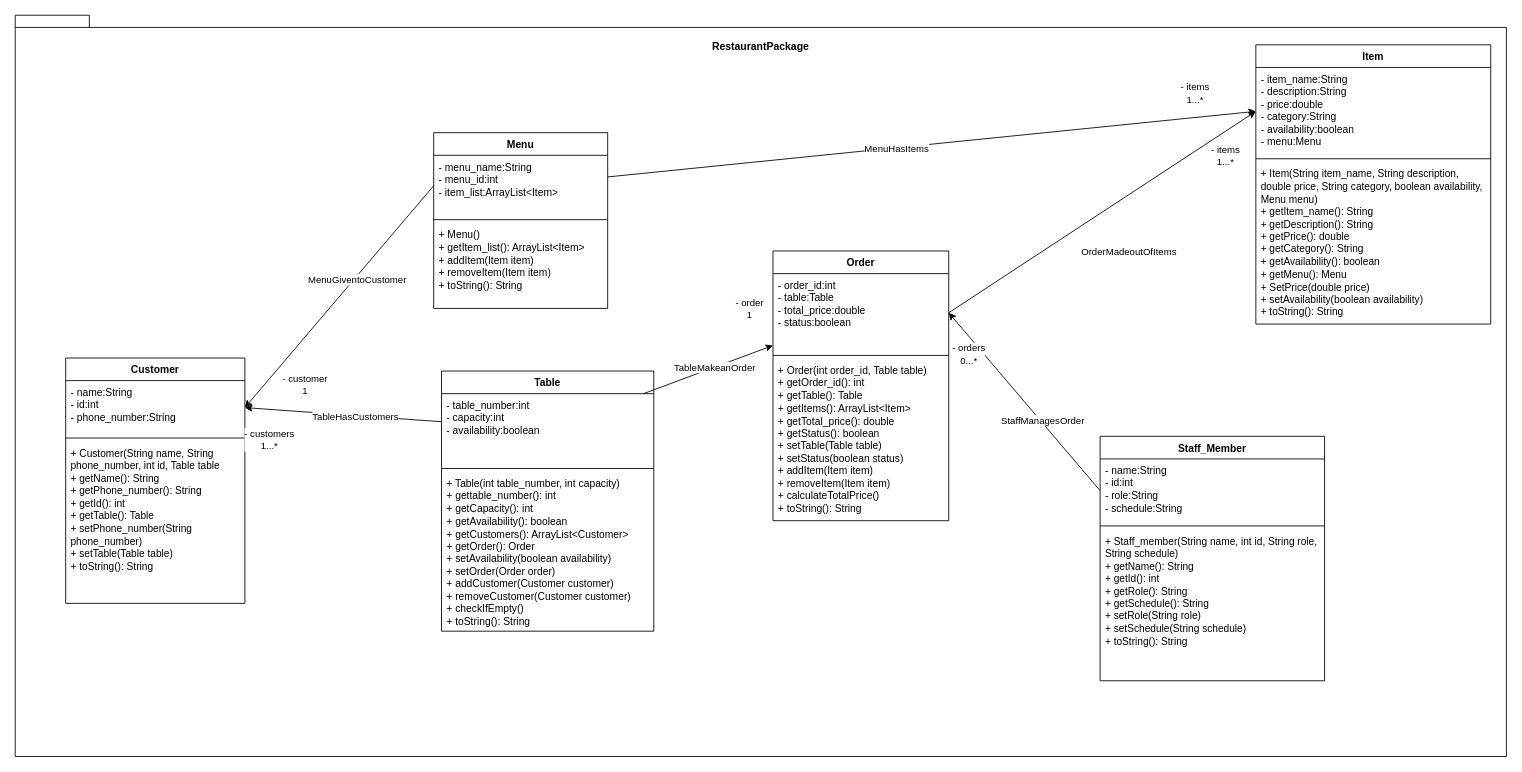
Earlier version of the draw.io diagram Week5/Restaurant.drawio (Julian-Florez/OOP-Project). Source tidied: cells renumbered, new cells numbered last; positions are measured from the earlier drawing's top-left corner, leaving out a move shared by most shapes. Both pictures are drawn from the tidied source at 87%, with x=0, y=0 at pixel (15, 15).
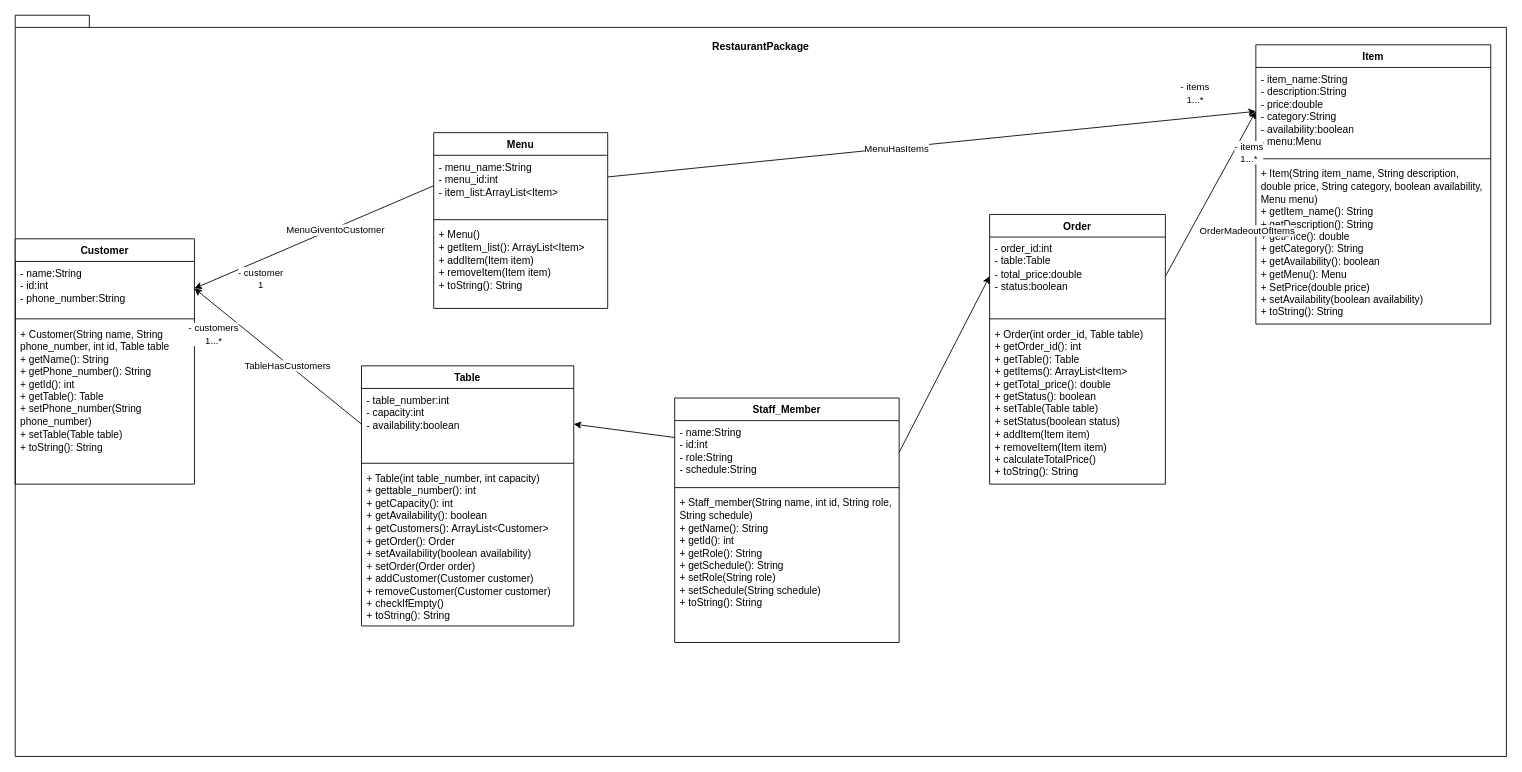
The same page after the edit.

Unchanged cells that the change refers to:
```xml
<mxCell id="15" value="&lt;span data-lucid-content=&quot;{&amp;quot;t&amp;quot;:&amp;quot;- order_id:int\n- table:Table\n- items:ArrayList&lt;Item&gt;\n- total_price:double\n- status:boolean&amp;quot;,&amp;quot;m&amp;quot;:[{&amp;quot;s&amp;quot;:0,&amp;quot;n&amp;quot;:&amp;quot;a&amp;quot;,&amp;quot;v&amp;quot;:&amp;quot;left&amp;quot;},{&amp;quot;s&amp;quot;:0,&amp;quot;n&amp;quot;:&amp;quot;c&amp;quot;,&amp;quot;v&amp;quot;:&amp;quot;#000000ff&amp;quot;,&amp;quot;e&amp;quot;:90},{&amp;quot;s&amp;quot;:0,&amp;quot;n&amp;quot;:&amp;quot;s&amp;quot;,&amp;quot;v&amp;quot;:15.777777777777779,&amp;quot;e&amp;quot;:90},{&amp;quot;s&amp;quot;:15,&amp;quot;n&amp;quot;:&amp;quot;a&amp;quot;,&amp;quot;v&amp;quot;:&amp;quot;left&amp;quot;},{&amp;quot;s&amp;quot;:29,&amp;quot;n&amp;quot;:&amp;quot;a&amp;quot;,&amp;quot;v&amp;quot;:&amp;quot;left&amp;quot;},{&amp;quot;s&amp;quot;:53,&amp;quot;n&amp;quot;:&amp;quot;a&amp;quot;,&amp;quot;v&amp;quot;:&amp;quot;left&amp;quot;},{&amp;quot;s&amp;quot;:74,&amp;quot;n&amp;quot;:&amp;quot;a&amp;quot;,&amp;quot;v&amp;quot;:&amp;quot;left&amp;quot;},{&amp;quot;s&amp;quot;:0,&amp;quot;n&amp;quot;:&amp;quot;fsp&amp;quot;,&amp;quot;v&amp;quot;:&amp;quot;ss_presetShapeStyle1_textStyle&amp;quot;,&amp;quot;e&amp;quot;:90},{&amp;quot;s&amp;quot;:0,&amp;quot;n&amp;quot;:&amp;quot;fsp2&amp;quot;,&amp;quot;v&amp;quot;:&amp;quot;ss_presetShapeStyle1_textStyle&amp;quot;,&amp;quot;e&amp;quot;:90}]}&quot; data-lucid-type=&quot;application/vnd.lucid.text&quot;&gt;&lt;span style=&quot;font-size: 11.8333px;&quot;&gt;- order_id:int&lt;br&gt;&lt;/span&gt;&lt;span style=&quot;font-size: 11.8333px;&quot;&gt;- table:Table&lt;/span&gt;&lt;span style=&quot;font-size: 11.8333px;&quot;&gt;&lt;br&gt;&lt;/span&gt;&lt;span style=&quot;font-size: 11.8333px;&quot;&gt;- total_price:double&lt;br&gt;&lt;/span&gt;&lt;span style=&quot;font-size: 11.8333px;&quot;&gt;- status:boolean&lt;/span&gt;&lt;/span&gt;" style="text;strokeColor=none;fillColor=none;align=left;verticalAlign=top;spacingLeft=4;spacingRight=4;overflow=hidden;points=[[0,0.5],[1,0.5]];portConstraint=eastwest;whiteSpace=wrap;html=1;" parent="14" vertex="1">
  <mxGeometry y="26" width="202" height="90" as="geometry" />
</mxCell>
<mxCell id="19" value="&lt;span data-lucid-content=&quot;{&amp;quot;t&amp;quot;:&amp;quot;- table_number:int\n- capacity:int\n- availability:boolean\n- customers:ArrayList&lt;Customer&gt;\n- order:Order&amp;quot;,&amp;quot;m&amp;quot;:[{&amp;quot;s&amp;quot;:0,&amp;quot;n&amp;quot;:&amp;quot;a&amp;quot;,&amp;quot;v&amp;quot;:&amp;quot;left&amp;quot;},{&amp;quot;s&amp;quot;:0,&amp;quot;n&amp;quot;:&amp;quot;c&amp;quot;,&amp;quot;v&amp;quot;:&amp;quot;#000000ff&amp;quot;,&amp;quot;e&amp;quot;:102},{&amp;quot;s&amp;quot;:0,&amp;quot;n&amp;quot;:&amp;quot;s&amp;quot;,&amp;quot;v&amp;quot;:15.777777777777779,&amp;quot;e&amp;quot;:102},{&amp;quot;s&amp;quot;:19,&amp;quot;n&amp;quot;:&amp;quot;a&amp;quot;,&amp;quot;v&amp;quot;:&amp;quot;left&amp;quot;},{&amp;quot;s&amp;quot;:34,&amp;quot;n&amp;quot;:&amp;quot;a&amp;quot;,&amp;quot;v&amp;quot;:&amp;quot;left&amp;quot;},{&amp;quot;s&amp;quot;:57,&amp;quot;n&amp;quot;:&amp;quot;a&amp;quot;,&amp;quot;v&amp;quot;:&amp;quot;left&amp;quot;},{&amp;quot;s&amp;quot;:89,&amp;quot;n&amp;quot;:&amp;quot;a&amp;quot;,&amp;quot;v&amp;quot;:&amp;quot;left&amp;quot;},{&amp;quot;s&amp;quot;:0,&amp;quot;n&amp;quot;:&amp;quot;fsp&amp;quot;,&amp;quot;v&amp;quot;:&amp;quot;ss_presetShapeStyle1_textStyle&amp;quot;,&amp;quot;e&amp;quot;:102},{&amp;quot;s&amp;quot;:0,&amp;quot;n&amp;quot;:&amp;quot;fsp2&amp;quot;,&amp;quot;v&amp;quot;:&amp;quot;ss_presetShapeStyle1_textStyle&amp;quot;,&amp;quot;e&amp;quot;:102}]}&quot; data-lucid-type=&quot;application/vnd.lucid.text&quot;&gt;&lt;span style=&quot;font-size: 11.8333px;&quot;&gt;- table_number:int&lt;br&gt;&lt;/span&gt;&lt;span style=&quot;font-size: 11.8333px;&quot;&gt;- capacity:int&lt;br&gt;&lt;/span&gt;&lt;span style=&quot;font-size: 11.8333px;&quot;&gt;- availability:boolean&lt;/span&gt;&lt;br&gt;&lt;/span&gt;" style="text;strokeColor=none;fillColor=none;align=left;verticalAlign=top;spacingLeft=4;spacingRight=4;overflow=hidden;points=[[0,0.5],[1,0.5]];portConstraint=eastwest;whiteSpace=wrap;html=1;" parent="18" vertex="1">
  <mxGeometry y="26" width="244" height="82" as="geometry" />
</mxCell>
<mxCell id="23" value="&lt;span data-lucid-content=&quot;{&amp;quot;t&amp;quot;:&amp;quot;- name:String\n- id:int\n- phone_number:String&amp;quot;,&amp;quot;m&amp;quot;:[{&amp;quot;s&amp;quot;:0,&amp;quot;n&amp;quot;:&amp;quot;a&amp;quot;,&amp;quot;v&amp;quot;:&amp;quot;left&amp;quot;},{&amp;quot;s&amp;quot;:0,&amp;quot;n&amp;quot;:&amp;quot;c&amp;quot;,&amp;quot;v&amp;quot;:&amp;quot;#000000ff&amp;quot;,&amp;quot;e&amp;quot;:44},{&amp;quot;s&amp;quot;:0,&amp;quot;n&amp;quot;:&amp;quot;s&amp;quot;,&amp;quot;v&amp;quot;:15.777777777777779,&amp;quot;e&amp;quot;:44},{&amp;quot;s&amp;quot;:14,&amp;quot;n&amp;quot;:&amp;quot;a&amp;quot;,&amp;quot;v&amp;quot;:&amp;quot;left&amp;quot;},{&amp;quot;s&amp;quot;:23,&amp;quot;n&amp;quot;:&amp;quot;a&amp;quot;,&amp;quot;v&amp;quot;:&amp;quot;left&amp;quot;},{&amp;quot;s&amp;quot;:0,&amp;quot;n&amp;quot;:&amp;quot;fsp&amp;quot;,&amp;quot;v&amp;quot;:&amp;quot;ss_presetShapeStyle1_textStyle&amp;quot;,&amp;quot;e&amp;quot;:44},{&amp;quot;s&amp;quot;:0,&amp;quot;n&amp;quot;:&amp;quot;fsp2&amp;quot;,&amp;quot;v&amp;quot;:&amp;quot;ss_presetShapeStyle1_textStyle&amp;quot;,&amp;quot;e&amp;quot;:44}]}&quot;&gt;&lt;span style=&quot;font-size: 11.8333px;&quot;&gt;- name:String&lt;br&gt;&lt;/span&gt;&lt;span style=&quot;font-size: 11.8333px;&quot;&gt;- id:int&lt;br&gt;&lt;/span&gt;&lt;span style=&quot;font-size: 11.8333px;&quot;&gt;- phone_number:String&lt;/span&gt;&lt;/span&gt;" style="text;strokeColor=none;fillColor=none;align=left;verticalAlign=top;spacingLeft=4;spacingRight=4;overflow=hidden;points=[[0,0.5],[1,0.5]];portConstraint=eastwest;whiteSpace=wrap;html=1;" parent="22" vertex="1">
  <mxGeometry y="26" width="206" height="62" as="geometry" />
</mxCell>
<mxCell id="27" value="&lt;span data-lucid-content=&quot;{&amp;quot;t&amp;quot;:&amp;quot;- name:String\n- id:int\n- role:String\n- schedule:String&amp;quot;,&amp;quot;m&amp;quot;:[{&amp;quot;s&amp;quot;:0,&amp;quot;n&amp;quot;:&amp;quot;a&amp;quot;,&amp;quot;v&amp;quot;:&amp;quot;left&amp;quot;},{&amp;quot;s&amp;quot;:0,&amp;quot;n&amp;quot;:&amp;quot;c&amp;quot;,&amp;quot;v&amp;quot;:&amp;quot;#000000ff&amp;quot;,&amp;quot;e&amp;quot;:54},{&amp;quot;s&amp;quot;:0,&amp;quot;n&amp;quot;:&amp;quot;s&amp;quot;,&amp;quot;v&amp;quot;:15.777777777777779,&amp;quot;e&amp;quot;:54},{&amp;quot;s&amp;quot;:14,&amp;quot;n&amp;quot;:&amp;quot;a&amp;quot;,&amp;quot;v&amp;quot;:&amp;quot;left&amp;quot;},{&amp;quot;s&amp;quot;:23,&amp;quot;n&amp;quot;:&amp;quot;a&amp;quot;,&amp;quot;v&amp;quot;:&amp;quot;left&amp;quot;},{&amp;quot;s&amp;quot;:37,&amp;quot;n&amp;quot;:&amp;quot;a&amp;quot;,&amp;quot;v&amp;quot;:&amp;quot;left&amp;quot;},{&amp;quot;s&amp;quot;:0,&amp;quot;n&amp;quot;:&amp;quot;fsp&amp;quot;,&amp;quot;v&amp;quot;:&amp;quot;ss_presetShapeStyle1_textStyle&amp;quot;,&amp;quot;e&amp;quot;:54},{&amp;quot;s&amp;quot;:0,&amp;quot;n&amp;quot;:&amp;quot;fsp2&amp;quot;,&amp;quot;v&amp;quot;:&amp;quot;ss_presetShapeStyle1_textStyle&amp;quot;,&amp;quot;e&amp;quot;:54}]}&quot;&gt;&lt;span style=&quot;font-size: 11.8333px;&quot;&gt;- name:String&lt;br&gt;&lt;/span&gt;&lt;span style=&quot;font-size: 11.8333px;&quot;&gt;- id:int&lt;br&gt;&lt;/span&gt;&lt;span style=&quot;font-size: 11.8333px;&quot;&gt;- role:String&lt;br&gt;&lt;/span&gt;&lt;span style=&quot;font-size: 11.8333px;&quot;&gt;- schedule:String&lt;/span&gt;&lt;/span&gt;" style="text;strokeColor=none;fillColor=none;align=left;verticalAlign=top;spacingLeft=4;spacingRight=4;overflow=hidden;points=[[0,0.5],[1,0.5]];portConstraint=eastwest;whiteSpace=wrap;html=1;" parent="26" vertex="1">
  <mxGeometry y="26" width="258" height="73" as="geometry" />
</mxCell>
```

What changed in the source:
```diff
@@
     <mxCell id="14" value="&lt;span data-lucid-content=&quot;{&amp;quot;t&amp;quot;:&amp;quot;Order&amp;quot;,&amp;quot;m&amp;quot;:[{&amp;quot;s&amp;quot;:0,&amp;quot;n&amp;quot;:&amp;quot;a&amp;quot;,&amp;quot;v&amp;quot;:&amp;quot;left&amp;quot;},{&amp;quot;s&amp;quot;:0,&amp;quot;n&amp;quot;:&amp;quot;c&amp;quot;,&amp;quot;v&amp;quot;:&amp;quot;#000000ff&amp;quot;,&amp;quot;e&amp;quot;:5},{&amp;quot;s&amp;quot;:0,&amp;quot;n&amp;quot;:&amp;quot;s&amp;quot;,&amp;quot;v&amp;quot;:15.777777777777779,&amp;quot;e&amp;quot;:5},{&amp;quot;s&amp;quot;:0,&amp;quot;n&amp;quot;:&amp;quot;fsp&amp;quot;,&amp;quot;v&amp;quot;:&amp;quot;ss_presetShapeStyle1_textStyle&amp;quot;,&amp;quot;e&amp;quot;:5},{&amp;quot;s&amp;quot;:0,&amp;quot;n&amp;quot;:&amp;quot;fsp2&amp;quot;,&amp;quot;v&amp;quot;:&amp;quot;ss_presetShapeStyle1_textStyle&amp;quot;,&amp;quot;e&amp;quot;:5}]}&quot;&gt;&lt;span style=&quot;font-size: 11.8333px;&quot;&gt;Order&lt;/span&gt;&lt;/span&gt;" style="swimlane;fontStyle=1;align=center;verticalAlign=top;horizontal=1;startSize=26;whiteSpace=wrap;html=1;" parent="1" vertex="1">
-      <mxGeometry x="871" y="271" width="202" height="310" as="geometry" />
+      <mxGeometry x="1120" y="229" width="202" height="310" as="geometry" />
     </mxCell>
@@
     <mxCell id="18" value="&lt;span data-lucid-content=&quot;{&amp;quot;t&amp;quot;:&amp;quot;Table&amp;quot;,&amp;quot;m&amp;quot;:[{&amp;quot;s&amp;quot;:0,&amp;quot;n&amp;quot;:&amp;quot;a&amp;quot;,&amp;quot;v&amp;quot;:&amp;quot;left&amp;quot;},{&amp;quot;s&amp;quot;:0,&amp;quot;n&amp;quot;:&amp;quot;c&amp;quot;,&amp;quot;v&amp;quot;:&amp;quot;#000000ff&amp;quot;,&amp;quot;e&amp;quot;:5},{&amp;quot;s&amp;quot;:0,&amp;quot;n&amp;quot;:&amp;quot;s&amp;quot;,&amp;quot;v&amp;quot;:15.777777777777779,&amp;quot;e&amp;quot;:5},{&amp;quot;s&amp;quot;:0,&amp;quot;n&amp;quot;:&amp;quot;fsp&amp;quot;,&amp;quot;v&amp;quot;:&amp;quot;ss_presetShapeStyle1_textStyle&amp;quot;,&amp;quot;e&amp;quot;:5},{&amp;quot;s&amp;quot;:0,&amp;quot;n&amp;quot;:&amp;quot;fsp2&amp;quot;,&amp;quot;v&amp;quot;:&amp;quot;ss_presetShapeStyle1_textStyle&amp;quot;,&amp;quot;e&amp;quot;:5}]}&quot;&gt;&lt;span style=&quot;font-size: 11.8333px;&quot;&gt;Table&lt;/span&gt;&lt;/span&gt;" style="swimlane;fontStyle=1;align=center;verticalAlign=top;horizontal=1;startSize=26;whiteSpace=wrap;html=1;" parent="1" vertex="1">
-      <mxGeometry x="490" y="409" width="244" height="299" as="geometry" />
+      <mxGeometry x="398" y="403" width="244" height="299" as="geometry" />
     </mxCell>
@@
     <mxCell id="22" value="&lt;span data-lucid-content=&quot;{&amp;quot;t&amp;quot;:&amp;quot;Customer&amp;quot;,&amp;quot;m&amp;quot;:[{&amp;quot;s&amp;quot;:0,&amp;quot;n&amp;quot;:&amp;quot;a&amp;quot;,&amp;quot;v&amp;quot;:&amp;quot;left&amp;quot;},{&amp;quot;s&amp;quot;:0,&amp;quot;n&amp;quot;:&amp;quot;c&amp;quot;,&amp;quot;v&amp;quot;:&amp;quot;#000000ff&amp;quot;,&amp;quot;e&amp;quot;:8},{&amp;quot;s&amp;quot;:0,&amp;quot;n&amp;quot;:&amp;quot;s&amp;quot;,&amp;quot;v&amp;quot;:15.777777777777779,&amp;quot;e&amp;quot;:8},{&amp;quot;s&amp;quot;:0,&amp;quot;n&amp;quot;:&amp;quot;fsp&amp;quot;,&amp;quot;v&amp;quot;:&amp;quot;ss_presetShapeStyle1_textStyle&amp;quot;,&amp;quot;e&amp;quot;:8},{&amp;quot;s&amp;quot;:0,&amp;quot;n&amp;quot;:&amp;quot;fsp2&amp;quot;,&amp;quot;v&amp;quot;:&amp;quot;ss_presetShapeStyle1_textStyle&amp;quot;,&amp;quot;e&amp;quot;:8}]}&quot;&gt;&lt;span style=&quot;font-size: 11.8333px;&quot;&gt;Customer&lt;/span&gt;&lt;/span&gt;" style="swimlane;fontStyle=1;align=center;verticalAlign=top;horizontal=1;startSize=26;whiteSpace=wrap;html=1;" parent="1" vertex="1">
-      <mxGeometry x="58" y="394" width="206" height="282" as="geometry" />
+      <mxGeometry y="257" width="206" height="282" as="geometry" />
     </mxCell>
@@
     <mxCell id="26" value="&lt;span data-lucid-content=&quot;{&amp;quot;t&amp;quot;:&amp;quot;Staff_Member&amp;quot;,&amp;quot;m&amp;quot;:[{&amp;quot;s&amp;quot;:0,&amp;quot;n&amp;quot;:&amp;quot;a&amp;quot;,&amp;quot;v&amp;quot;:&amp;quot;left&amp;quot;},{&amp;quot;s&amp;quot;:0,&amp;quot;n&amp;quot;:&amp;quot;c&amp;quot;,&amp;quot;v&amp;quot;:&amp;quot;#000000ff&amp;quot;,&amp;quot;e&amp;quot;:12},{&amp;quot;s&amp;quot;:0,&amp;quot;n&amp;quot;:&amp;quot;s&amp;quot;,&amp;quot;v&amp;quot;:15.777777777777779,&amp;quot;e&amp;quot;:12},{&amp;quot;s&amp;quot;:0,&amp;quot;n&amp;quot;:&amp;quot;fsp&amp;quot;,&amp;quot;v&amp;quot;:&amp;quot;ss_presetShapeStyle1_textStyle&amp;quot;,&amp;quot;e&amp;quot;:12},{&amp;quot;s&amp;quot;:0,&amp;quot;n&amp;quot;:&amp;quot;fsp2&amp;quot;,&amp;quot;v&amp;quot;:&amp;quot;ss_presetShapeStyle1_textStyle&amp;quot;,&amp;quot;e&amp;quot;:12}]}&quot;&gt;&lt;span style=&quot;font-size: 11.8333px;&quot;&gt;Staff_Member&lt;/span&gt;&lt;/span&gt;" style="swimlane;fontStyle=1;align=center;verticalAlign=top;horizontal=1;startSize=26;whiteSpace=wrap;html=1;" parent="1" vertex="1">
-      <mxGeometry x="1247" y="484" width="258" height="281" as="geometry" />
+      <mxGeometry x="758" y="440" width="258" height="281" as="geometry" />
     </mxCell>
@@
-    <mxCell id="30" style="edgeStyle=none;html=1;entryX=1;entryY=0.5;entryDx=0;entryDy=0;" parent="1" edge="1" source="19" target="23">
+    <mxCell id="30" style="edgeStyle=none;html=1;entryX=1;entryY=0.5;entryDx=0;entryDy=0;exitX=0;exitY=0.5;exitDx=0;exitDy=0;" parent="1" edge="1" source="19" target="23">
       <mxGeometry relative="1" as="geometry" />
     </mxCell>
@@
-    <mxCell id="33" style="edgeStyle=none;html=1;" parent="1" edge="1" source="19" target="15">
-      <mxGeometry relative="1" as="geometry" />
-    </mxCell>
-    <mxCell id="34" value="TableMakeanOrder" style="edgeLabel;html=1;align=center;verticalAlign=middle;" parent="33" vertex="1">
-      <mxGeometry x="0.09" relative="1" as="geometry" />
-    </mxCell>
-    <mxCell id="35" value="- order&lt;br&gt;1" style="edgeLabel;html=1;align=center;verticalAlign=middle;" parent="33" vertex="1">
-      <mxGeometry x="0.84" y="3" relative="1" as="geometry">
-        <mxPoint x="-14" y="-44" as="offset" />
-      </mxGeometry>
-    </mxCell>
-    <mxCell id="36" style="edgeStyle=none;html=1;entryX=1;entryY=0.5;entryDx=0;entryDy=0;exitX=0;exitY=0.5;exitDx=0;exitDy=0;" parent="1" edge="1" source="27" target="15">
-      <mxGeometry relative="1" as="geometry" />
-    </mxCell>
-    <mxCell id="37" value="StaffManagesOrder" style="edgeLabel;html=1;align=center;verticalAlign=middle;" parent="36" vertex="1">
-      <mxGeometry x="-0.22" y="-2" relative="1" as="geometry" />
-    </mxCell>
-    <mxCell id="38" value="- orders&lt;br&gt;0...*" style="edgeLabel;html=1;align=center;verticalAlign=middle;" parent="36" vertex="1">
-      <mxGeometry x="0.76" y="3" relative="1" as="geometry">
-        <mxPoint x="4" y="21" as="offset" />
-      </mxGeometry>
-    </mxCell>
@@
+    <mxCell id="36" style="edgeStyle=none;html=1;entryX=0;entryY=0.5;entryDx=0;entryDy=0;exitX=1;exitY=0.5;exitDx=0;exitDy=0;" parent="1" edge="1" source="27" target="15">
+      <mxGeometry relative="1" as="geometry" />
+    </mxCell>
+    <mxCell id="45" style="edgeStyle=none;html=1;entryX=1;entryY=0.5;entryDx=0;entryDy=0;" parent="1" edge="1" source="27" target="19">
+      <mxGeometry relative="1" as="geometry" />
+    </mxCell>
```
